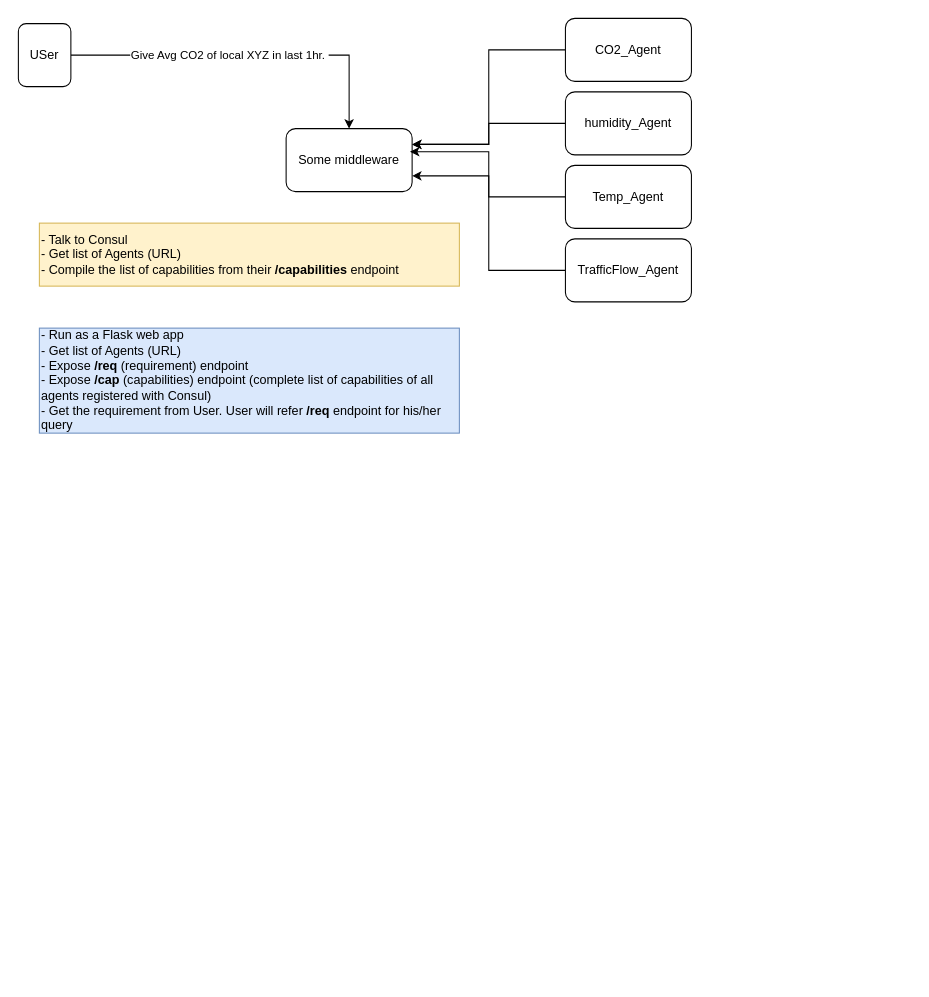
This is CEI_platform/doc/Overall_sy.drawio from chinmaya-dehury/CEI_platform, a draw.io file, before an edit. Source tidied: cells renumbered, new cells numbered last; positions are measured from the earlier drawing's top-left corner, leaving out a move shared by most shapes. Both pictures are drawn from the tidied source at 105%, with x=0, y=0 at pixel (18, 18).
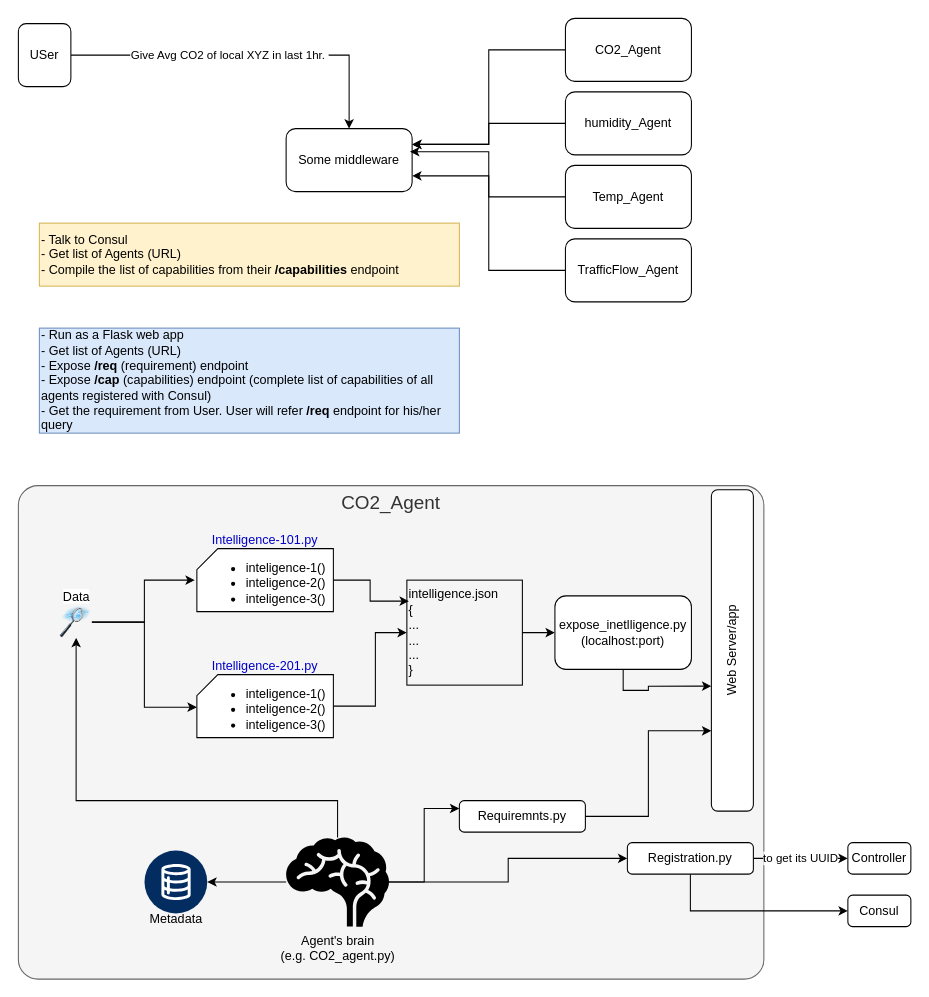
After the change.

Diff of the diagram source:
```diff
@@
+    <mxCell id="15" value="CO2_Agent" style="rounded=1;whiteSpace=wrap;html=1;verticalAlign=top;fontSize=18;fillColor=#f5f5f5;fontColor=#333333;strokeColor=#666666;arcSize=4;" parent="1" vertex="1">
+      <mxGeometry y="445" width="710" height="470" as="geometry" />
+    </mxCell>
+    <mxCell id="16" style="edgeStyle=orthogonalEdgeStyle;rounded=0;jettySize=auto;html=1;entryX=0.018;entryY=0.2;entryDx=0;entryDy=0;entryPerimeter=0;" parent="1" edge="1" source="17" target="21">
+      <mxGeometry relative="1" as="geometry" />
+    </mxCell>
+    <mxCell id="17" value="Intelligence-101.py&lt;div&gt;&lt;ul style=&quot;color: rgb(0, 0, 0); text-align: left;&quot;&gt;&lt;li&gt;inteligence-1()&lt;/li&gt;&lt;li&gt;inteligence-2()&lt;/li&gt;&lt;li&gt;inteligence-3()&lt;/li&gt;&lt;/ul&gt;&lt;/div&gt;" style="shape=card;whiteSpace=wrap;html=1;size=20;verticalAlign=bottom;spacing=0;spacingBottom=-7;fontColor=#0000CC;" parent="1" vertex="1">
+      <mxGeometry x="170" y="505" width="130" height="60" as="geometry" />
+    </mxCell>
+    <mxCell id="18" value="Intelligence-201.py&lt;div&gt;&lt;ul style=&quot;color: rgb(0, 0, 0); text-align: left;&quot;&gt;&lt;li&gt;inteligence-1()&lt;/li&gt;&lt;li&gt;inteligence-2()&lt;/li&gt;&lt;li&gt;inteligence-3()&lt;/li&gt;&lt;/ul&gt;&lt;/div&gt;" style="shape=card;whiteSpace=wrap;html=1;size=20;verticalAlign=bottom;spacing=0;spacingBottom=-7;fontColor=#0000CC;" parent="1" vertex="1">
+      <mxGeometry x="170" y="625" width="130" height="60" as="geometry" />
+    </mxCell>
+    <mxCell id="19" style="edgeStyle=orthogonalEdgeStyle;rounded=0;jettySize=auto;html=1;" parent="1" edge="1" source="18" target="21">
+      <mxGeometry relative="1" as="geometry">
+        <Array as="points">
+          <mxPoint x="340" y="655" />
+          <mxPoint x="340" y="585" />
+        </Array>
+      </mxGeometry>
+    </mxCell>
+    <mxCell id="20" style="edgeStyle=orthogonalEdgeStyle;rounded=0;jettySize=auto;html=1;entryX=0;entryY=0.5;entryDx=0;entryDy=0;" parent="1" edge="1" source="21" target="23">
+      <mxGeometry relative="1" as="geometry" />
+    </mxCell>
+    <mxCell id="21" value="intelligence.json&lt;div&gt;&lt;span style=&quot;text-wrap-mode: wrap;&quot;&gt;{&lt;/span&gt;&lt;div style=&quot;text-wrap-mode: wrap;&quot;&gt;...&lt;/div&gt;&lt;div style=&quot;text-wrap-mode: wrap;&quot;&gt;...&lt;/div&gt;&lt;div style=&quot;text-wrap-mode: wrap;&quot;&gt;...&lt;/div&gt;&lt;div style=&quot;text-wrap-mode: wrap;&quot;&gt;}&lt;/div&gt;&lt;/div&gt;" style="text;html=1;align=left;verticalAlign=middle;points=[];strokeColor=default;fillColor=none;" parent="1" vertex="1">
+      <mxGeometry x="370" y="535" width="110" height="100" as="geometry" />
+    </mxCell>
+    <mxCell id="22" style="edgeStyle=orthogonalEdgeStyle;rounded=0;jettySize=auto;html=1;entryX=0;entryY=0.611;entryDx=0;entryDy=0;exitX=0.5;exitY=1;exitDx=0;exitDy=0;entryPerimeter=0;" parent="1" edge="1" source="23" target="28">
+      <mxGeometry relative="1" as="geometry">
+        <Array as="points">
+          <mxPoint x="576" y="640" />
+          <mxPoint x="600" y="640" />
+          <mxPoint x="600" y="636" />
+        </Array>
+      </mxGeometry>
+    </mxCell>
+    <mxCell id="23" value="expose_inetlligence.py&lt;div&gt;(localhost:port)&lt;/div&gt;" style="rounded=1;whiteSpace=wrap;html=1;" parent="1" vertex="1">
+      <mxGeometry x="511" y="550" width="130" height="70" as="geometry" />
+    </mxCell>
+    <mxCell id="24" value="Data" style="image;html=1;image=img/lib/clip_art/computers/Data_Filtering_128x128.png;verticalAlign=bottom;labelPosition=center;verticalLabelPosition=top;align=center;" parent="1" vertex="1">
+      <mxGeometry x="40" y="560" width="30" height="30" as="geometry" />
+    </mxCell>
+    <mxCell id="25" style="edgeStyle=orthogonalEdgeStyle;rounded=0;jettySize=auto;html=1;entryX=-0.015;entryY=0.5;entryDx=0;entryDy=0;entryPerimeter=0;" parent="1" edge="1" source="24" target="17">
+      <mxGeometry relative="1" as="geometry" />
+    </mxCell>
+    <mxCell id="26" style="edgeStyle=orthogonalEdgeStyle;rounded=0;jettySize=auto;html=1;entryX=0;entryY=0.517;entryDx=0;entryDy=0;entryPerimeter=0;" parent="1" edge="1" source="24" target="18">
+      <mxGeometry relative="1" as="geometry" />
+    </mxCell>
+    <mxCell id="27" value="Requiremnts.py" style="rounded=1;whiteSpace=wrap;html=1;" parent="1" vertex="1">
+      <mxGeometry x="420" y="745" width="120" height="30" as="geometry" />
+    </mxCell>
+    <mxCell id="28" value="Web Server/app" style="rounded=1;whiteSpace=wrap;html=1;horizontal=0;" parent="1" vertex="1">
+      <mxGeometry x="660" y="449" width="40" height="306" as="geometry" />
+    </mxCell>
+    <mxCell id="29" style="edgeStyle=orthogonalEdgeStyle;rounded=0;jettySize=auto;html=1;entryX=0;entryY=0.75;entryDx=0;entryDy=0;" parent="1" edge="1" source="27" target="28">
+      <mxGeometry relative="1" as="geometry" />
+    </mxCell>
+    <mxCell id="30" value="to get its UUID" style="edgeStyle=orthogonalEdgeStyle;rounded=0;jettySize=auto;html=1;entryX=0;entryY=0.5;entryDx=0;entryDy=0;" parent="1" edge="1" source="32" target="33">
+      <mxGeometry relative="1" as="geometry" />
+    </mxCell>
+    <mxCell id="31" style="edgeStyle=orthogonalEdgeStyle;rounded=0;jettySize=auto;html=1;entryX=0;entryY=0.5;entryDx=0;entryDy=0;exitX=0.5;exitY=1;exitDx=0;exitDy=0;" parent="1" edge="1" source="32" target="34">
+      <mxGeometry relative="1" as="geometry" />
+    </mxCell>
+    <mxCell id="32" value="Registration.py" style="rounded=1;whiteSpace=wrap;html=1;" parent="1" vertex="1">
+      <mxGeometry x="580" y="785" width="120" height="30" as="geometry" />
+    </mxCell>
+    <mxCell id="33" value="Controller" style="rounded=1;whiteSpace=wrap;html=1;" parent="1" vertex="1">
+      <mxGeometry x="790" y="785" width="60" height="30" as="geometry" />
+    </mxCell>
+    <mxCell id="34" value="Consul" style="rounded=1;whiteSpace=wrap;html=1;" parent="1" vertex="1">
+      <mxGeometry x="790" y="835" width="60" height="30" as="geometry" />
+    </mxCell>
+    <mxCell id="35" value="Metadata" style="verticalLabelPosition=bottom;html=1;shape=mxgraph.salesforce.data2;spacing=0;spacingBottom=50;" parent="1" vertex="1">
+      <mxGeometry x="120" y="792.5" width="60" height="60" as="geometry" />
+    </mxCell>
+    <mxCell id="36" style="edgeStyle=orthogonalEdgeStyle;rounded=0;jettySize=auto;html=1;entryX=0;entryY=0.25;entryDx=0;entryDy=0;" parent="1" edge="1" source="40" target="27">
+      <mxGeometry relative="1" as="geometry" />
+    </mxCell>
+    <mxCell id="37" style="edgeStyle=orthogonalEdgeStyle;rounded=0;jettySize=auto;html=1;entryX=0;entryY=0.5;entryDx=0;entryDy=0;" parent="1" edge="1" source="40" target="32">
+      <mxGeometry relative="1" as="geometry" />
+    </mxCell>
+    <mxCell id="38" style="edgeStyle=orthogonalEdgeStyle;rounded=0;jettySize=auto;html=1;" parent="1" edge="1" source="40" target="35">
+      <mxGeometry relative="1" as="geometry" />
+    </mxCell>
+    <mxCell id="39" style="edgeStyle=orthogonalEdgeStyle;rounded=0;jettySize=auto;html=1;" parent="1" edge="1" source="40" target="24">
+      <mxGeometry relative="1" as="geometry">
+        <Array as="points">
+          <mxPoint x="304" y="745" />
+          <mxPoint x="55" y="745" />
+        </Array>
+      </mxGeometry>
+    </mxCell>
+    <mxCell id="40" value="Agent's brain&lt;div&gt;(e.g. CO2_agent.py&lt;span style=&quot;background-color: transparent; color: light-dark(rgb(0, 0, 0), rgb(255, 255, 255));&quot;&gt;)&lt;/span&gt;&lt;/div&gt;" style="shape=mxgraph.signs.healthcare.brain;html=1;fillColor=#000000;strokeColor=none;verticalLabelPosition=bottom;verticalAlign=top;align=center;" parent="1" vertex="1">
+      <mxGeometry x="255" y="780" width="98" height="85" as="geometry" />
+    </mxCell>
```
